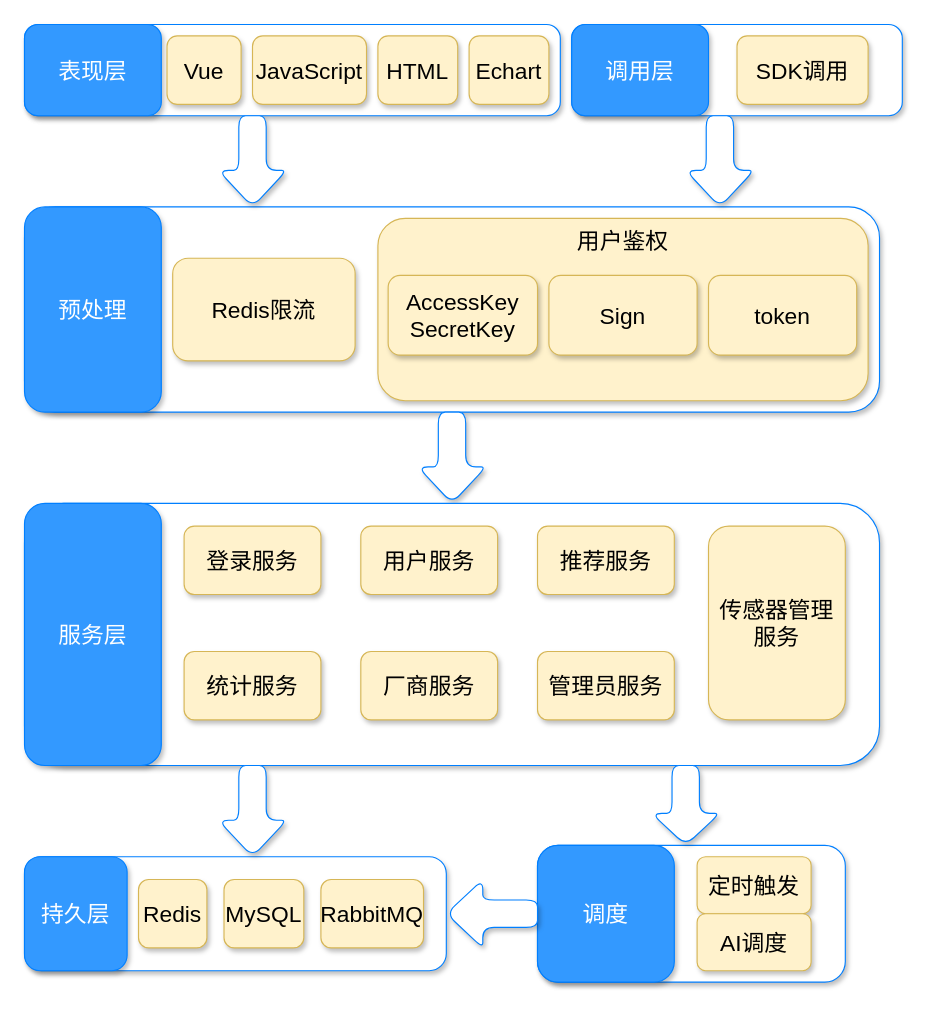
This is draw/专用传感器信息管理系统平台架构图.drawio from gyyst/img, a draw.io file, before an edit. Source tidied: cells renumbered, new cells numbered last; positions are measured from the earlier drawing's top-left corner, leaving out a move shared by most shapes. Both pictures are drawn from the tidied source at 114%, with x=0, y=0 at pixel (24, 24).
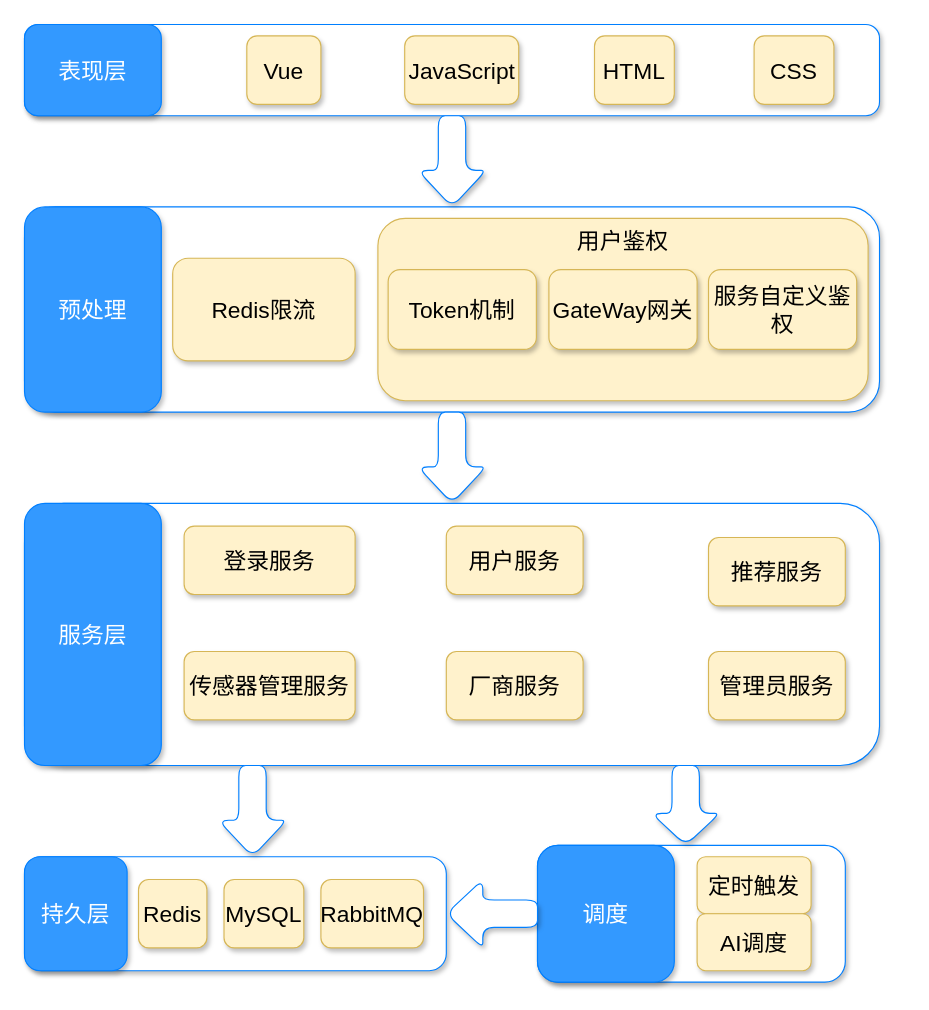
The same page after the edit.

Commit message:
更新专用传感器信息管理系统平台架构图.drawio

The edit, as a diff of the source:
```diff
@@
     <mxCell id="2" style="rounded=1;whiteSpace=wrap;html=1;shadow=1;sketch=0;strokeColor=#007FFF;fontSize=20;fontColor=#FFFFFF;fillColor=#FFFFFF;" parent="1" vertex="1">
-      <mxGeometry width="470" height="80" as="geometry" />
+      <mxGeometry width="750" height="80" as="geometry" />
     </mxCell>
@@
     <mxCell id="4" value="Vue" style="rounded=1;whiteSpace=wrap;html=1;shadow=1;sketch=0;strokeColor=#d6b656;fontSize=20;fillColor=#fff2cc;" parent="1" vertex="1">
-      <mxGeometry x="125" y="10" width="65" height="60" as="geometry" />
+      <mxGeometry x="195" y="10" width="65" height="60" as="geometry" />
     </mxCell>
     <mxCell id="5" value="JavaScript" style="rounded=1;whiteSpace=wrap;html=1;shadow=1;sketch=0;strokeColor=#d6b656;fontSize=20;fillColor=#fff2cc;" parent="1" vertex="1">
-      <mxGeometry x="200" y="10" width="100" height="60" as="geometry" />
+      <mxGeometry x="333.5" y="10" width="100" height="60" as="geometry" />
     </mxCell>
     <mxCell id="6" value="HTML" style="rounded=1;whiteSpace=wrap;html=1;shadow=1;sketch=0;strokeColor=#d6b656;fontSize=20;fillColor=#fff2cc;" parent="1" vertex="1">
-      <mxGeometry x="310" y="10" width="70" height="60" as="geometry" />
+      <mxGeometry x="500" y="10" width="70" height="60" as="geometry" />
     </mxCell>
-    <mxCell id="7" value="Echart" style="rounded=1;whiteSpace=wrap;html=1;shadow=1;sketch=0;strokeColor=#d6b656;fontSize=20;fillColor=#fff2cc;" parent="1" vertex="1">
-      <mxGeometry x="390" y="10" width="70" height="60" as="geometry" />
+    <mxCell id="7" value="CSS" style="rounded=1;whiteSpace=wrap;html=1;shadow=1;sketch=0;strokeColor=#d6b656;fontSize=20;fillColor=#fff2cc;" parent="1" vertex="1">
+      <mxGeometry x="640" y="10" width="70" height="60" as="geometry" />
     </mxCell>
@@
-    <mxCell id="12" value="AccessKey&lt;br&gt;SecretKey" style="rounded=1;whiteSpace=wrap;html=1;shadow=1;sketch=0;strokeColor=#d6b656;fontSize=20;fillColor=#fff2cc;" parent="1" vertex="1">
-      <mxGeometry x="319" y="220" width="131" height="70" as="geometry" />
-    </mxCell>
-    <mxCell id="13" value="Sign" style="rounded=1;whiteSpace=wrap;html=1;shadow=1;sketch=0;strokeColor=#d6b656;fontSize=20;fillColor=#fff2cc;" parent="1" vertex="1">
-      <mxGeometry x="460" y="220" width="130" height="70" as="geometry" />
-    </mxCell>
@@
     <mxCell id="17" value="登录服务" style="rounded=1;whiteSpace=wrap;html=1;shadow=1;sketch=0;strokeColor=#d6b656;fontSize=20;fillColor=#fff2cc;" parent="1" vertex="1">
-      <mxGeometry x="140" y="440" width="120" height="60" as="geometry" />
+      <mxGeometry x="140" y="440" width="150" height="60" as="geometry" />
     </mxCell>
-    <mxCell id="18" value="token" style="rounded=1;whiteSpace=wrap;html=1;shadow=1;sketch=0;strokeColor=#d6b656;fontSize=20;fillColor=#fff2cc;" parent="1" vertex="1">
-      <mxGeometry x="600" y="220" width="130" height="70" as="geometry" />
+    <mxCell id="18" value="Token机制" style="rounded=1;whiteSpace=wrap;html=1;shadow=1;sketch=0;strokeColor=#d6b656;fontSize=20;fillColor=#fff2cc;" parent="1" vertex="1">
+      <mxGeometry x="319" y="215" width="130" height="70" as="geometry" />
     </mxCell>
     <mxCell id="19" value="管理员服务" style="rounded=1;whiteSpace=wrap;html=1;shadow=1;sketch=0;strokeColor=#d6b656;fontSize=20;fillColor=#fff2cc;" parent="1" vertex="1">
-      <mxGeometry x="450" y="550" width="120" height="60" as="geometry" />
+      <mxGeometry x="600" y="550" width="120" height="60" as="geometry" />
     </mxCell>
     <mxCell id="20" value="厂商服务" style="rounded=1;whiteSpace=wrap;html=1;shadow=1;sketch=0;strokeColor=#d6b656;fontSize=20;fillColor=#fff2cc;" parent="1" vertex="1">
-      <mxGeometry x="295" y="550" width="120" height="60" as="geometry" />
+      <mxGeometry x="370" y="550" width="120" height="60" as="geometry" />
     </mxCell>
-    <mxCell id="21" value="统计服务" style="rounded=1;whiteSpace=wrap;html=1;shadow=1;sketch=0;strokeColor=#d6b656;fontSize=20;fillColor=#fff2cc;" parent="1" vertex="1">
-      <mxGeometry x="140" y="550" width="120" height="60" as="geometry" />
-    </mxCell>
     <mxCell id="22" value="用户服务" style="rounded=1;whiteSpace=wrap;html=1;shadow=1;sketch=0;strokeColor=#d6b656;fontSize=20;fillColor=#fff2cc;" parent="1" vertex="1">
-      <mxGeometry x="295" y="440" width="120" height="60" as="geometry" />
+      <mxGeometry x="370" y="440" width="120" height="60" as="geometry" />
     </mxCell>
     <mxCell id="23" value="推荐服务" style="rounded=1;whiteSpace=wrap;html=1;shadow=1;sketch=0;strokeColor=#d6b656;fontSize=20;fillColor=#fff2cc;" parent="1" vertex="1">
-      <mxGeometry x="450" y="440" width="120" height="60" as="geometry" />
+      <mxGeometry x="600" y="450" width="120" height="60" as="geometry" />
     </mxCell>
     <mxCell id="24" value="传感器管理服务" style="rounded=1;whiteSpace=wrap;html=1;shadow=1;sketch=0;strokeColor=#d6b656;fontSize=20;fillColor=#fff2cc;" parent="1" vertex="1">
-      <mxGeometry x="600" y="440" width="120" height="170" as="geometry" />
+      <mxGeometry x="140" y="550" width="150" height="60" as="geometry" />
     </mxCell>
@@
-    <mxCell id="37" style="rounded=1;whiteSpace=wrap;html=1;shadow=1;sketch=0;strokeColor=#007FFF;fontSize=20;fontColor=#FFFFFF;fillColor=#FFFFFF;" parent="1" vertex="1">
-      <mxGeometry x="480" width="290" height="80" as="geometry" />
-    </mxCell>
-    <mxCell id="38" value="调用层" style="rounded=1;whiteSpace=wrap;html=1;shadow=1;sketch=0;strokeColor=#007FFF;fontSize=20;fontColor=#FFFFFF;fillColor=#3399FF;" parent="1" vertex="1">
-      <mxGeometry x="480" width="120" height="80" as="geometry" />
-    </mxCell>
-    <mxCell id="39" value="SDK调用" style="rounded=1;whiteSpace=wrap;html=1;shadow=1;sketch=0;strokeColor=#d6b656;fontSize=20;fillColor=#fff2cc;" parent="1" vertex="1">
-      <mxGeometry x="625" y="10" width="115" height="60" as="geometry" />
-    </mxCell>
     <mxCell id="40" style="shape=singleArrow;whiteSpace=wrap;html=1;arrowWidth=0.4;arrowSize=0.4;fontSize=20;fillColor=#FFFFFF;strokeColor=#007FFF;fontColor=#FFFFFF;rounded=1;shadow=1;sketch=0;rotation=90;" parent="1" vertex="1">
-      <mxGeometry x="160" y="90" width="80" height="60" as="geometry" />
+      <mxGeometry x="335" y="90" width="80" height="60" as="geometry" />
     </mxCell>
-    <mxCell id="41" style="shape=singleArrow;whiteSpace=wrap;html=1;arrowWidth=0.4;arrowSize=0.4;fontSize=20;fillColor=#FFFFFF;strokeColor=#007FFF;fontColor=#FFFFFF;rounded=1;shadow=1;sketch=0;rotation=90;" parent="1" vertex="1">
-      <mxGeometry x="570" y="90" width="80" height="60" as="geometry" />
-    </mxCell>
+    <mxCell id="42" value="GateWay网关" style="rounded=1;whiteSpace=wrap;html=1;shadow=1;sketch=0;strokeColor=#d6b656;fontSize=20;fillColor=#fff2cc;" parent="1" vertex="1">
+      <mxGeometry x="460" y="215" width="130" height="70" as="geometry" />
+    </mxCell>
+    <mxCell id="43" value="服务自定义鉴权" style="rounded=1;whiteSpace=wrap;html=1;shadow=1;sketch=0;strokeColor=#d6b656;fontSize=20;fillColor=#fff2cc;" parent="1" vertex="1">
+      <mxGeometry x="600" y="215" width="130" height="70" as="geometry" />
+    </mxCell>
```
